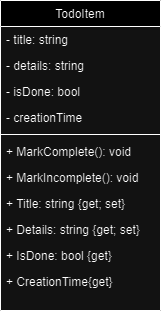
Above: exercise.main/Diagrams/core_class_diagram.png in boolean-uk/csharp-tdd-oop-abstraction (draw.io), before the change. Source tidied: cells renumbered, new cells last; positions are measured from the earlier drawing's top-left corner, leaving out a move shared by most shapes. The source it was exported from:
```xml
<mxGraphModel>
  <root>
    <mxCell id="0" />
    <mxCell id="1" parent="0" />
    <mxCell id="2" value="TodoItem" style="swimlane;fontStyle=0;align=center;verticalAlign=top;horizontal=1;startSize=26;rounded=0;shadow=0;strokeWidth=1;" parent="1" vertex="1">
      <mxGeometry width="160" height="310" as="geometry" />
    </mxCell>
    <mxCell id="3" value="- title: string" style="text;align=left;verticalAlign=top;spacingLeft=4;spacingRight=4;overflow=hidden;" parent="2" vertex="1">
      <mxGeometry y="26" width="160" height="26" as="geometry" />
    </mxCell>
    <mxCell id="4" value="- details: string" style="text;align=left;verticalAlign=top;spacingLeft=4;spacingRight=4;overflow=hidden;rounded=0;shadow=0;html=0;" parent="2" vertex="1">
      <mxGeometry y="52" width="160" height="26" as="geometry" />
    </mxCell>
    <mxCell id="5" value="- isDone: bool" style="text;align=left;verticalAlign=top;spacingLeft=4;spacingRight=4;overflow=hidden;rounded=0;shadow=0;html=0;" parent="2" vertex="1">
      <mxGeometry y="78" width="160" height="26" as="geometry" />
    </mxCell>
    <mxCell id="6" value="- creationTime" style="text;align=left;verticalAlign=top;spacingLeft=4;spacingRight=4;overflow=hidden;rounded=0;shadow=0;html=0;" parent="2" vertex="1">
      <mxGeometry y="104" width="160" height="26" as="geometry" />
    </mxCell>
    <mxCell id="7" style="line;html=1;strokeWidth=1;align=left;verticalAlign=middle;spacingTop=-1;spacingLeft=3;spacingRight=3;labelPosition=right;" parent="2" vertex="1">
      <mxGeometry y="130" width="160" height="8" as="geometry" />
    </mxCell>
    <mxCell id="8" value="+ MarkComplete(): void" style="text;align=left;verticalAlign=top;spacingLeft=4;spacingRight=4;overflow=hidden;" parent="2" vertex="1">
      <mxGeometry y="138" width="160" height="26" as="geometry" />
    </mxCell>
    <mxCell id="9" value="+ MarkIncomplete(): void" style="text;align=left;verticalAlign=top;spacingLeft=4;spacingRight=4;overflow=hidden;" parent="2" vertex="1">
      <mxGeometry y="164" width="160" height="26" as="geometry" />
    </mxCell>
    <mxCell id="10" value="+ Title: string {get; set}" style="text;align=left;verticalAlign=top;spacingLeft=4;spacingRight=4;overflow=hidden;" parent="2" vertex="1">
      <mxGeometry y="190" width="160" height="26" as="geometry" />
    </mxCell>
    <mxCell id="11" value="+ Details: string {get; set}&#10;" style="text;align=left;verticalAlign=top;spacingLeft=4;spacingRight=4;overflow=hidden;" parent="2" vertex="1">
      <mxGeometry y="216" width="160" height="26" as="geometry" />
    </mxCell>
    <mxCell id="12" value="+ IsDone: bool {get}" style="text;align=left;verticalAlign=top;spacingLeft=4;spacingRight=4;overflow=hidden;" parent="2" vertex="1">
      <mxGeometry y="242" width="160" height="26" as="geometry" />
    </mxCell>
    <mxCell id="13" value="+ CreationTime{get}" style="text;align=left;verticalAlign=top;spacingLeft=4;spacingRight=4;overflow=hidden;" parent="2" vertex="1">
      <mxGeometry y="268" width="160" height="26" as="geometry" />
    </mxCell>
  </root>
</mxGraphModel>
```
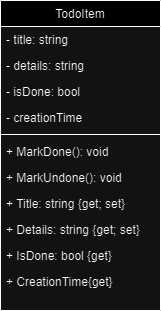
The same file after the commit.

Change to the diagram source:
```diff
@@ -20,10 +20,10 @@
     <mxCell id="7" style="line;html=1;strokeWidth=1;align=left;verticalAlign=middle;spacingTop=-1;spacingLeft=3;spacingRight=3;labelPosition=right;" parent="2" vertex="1">
       <mxGeometry y="130" width="160" height="8" as="geometry" />
     </mxCell>
-    <mxCell id="8" value="+ MarkComplete(): void" style="text;align=left;verticalAlign=top;spacingLeft=4;spacingRight=4;overflow=hidden;" parent="2" vertex="1">
+    <mxCell id="8" value="+ MarkDone(): void" style="text;align=left;verticalAlign=top;spacingLeft=4;spacingRight=4;overflow=hidden;" parent="2" vertex="1">
       <mxGeometry y="138" width="160" height="26" as="geometry" />
     </mxCell>
-    <mxCell id="9" value="+ MarkIncomplete(): void" style="text;align=left;verticalAlign=top;spacingLeft=4;spacingRight=4;overflow=hidden;" parent="2" vertex="1">
+    <mxCell id="9" value="+ MarkUndone(): void" style="text;align=left;verticalAlign=top;spacingLeft=4;spacingRight=4;overflow=hidden;" parent="2" vertex="1">
       <mxGeometry y="164" width="160" height="26" as="geometry" />
     </mxCell>
     <mxCell id="10" value="+ Title: string {get; set}" style="text;align=left;verticalAlign=top;spacingLeft=4;spacingRight=4;overflow=hidden;" parent="2" vertex="1">
```
